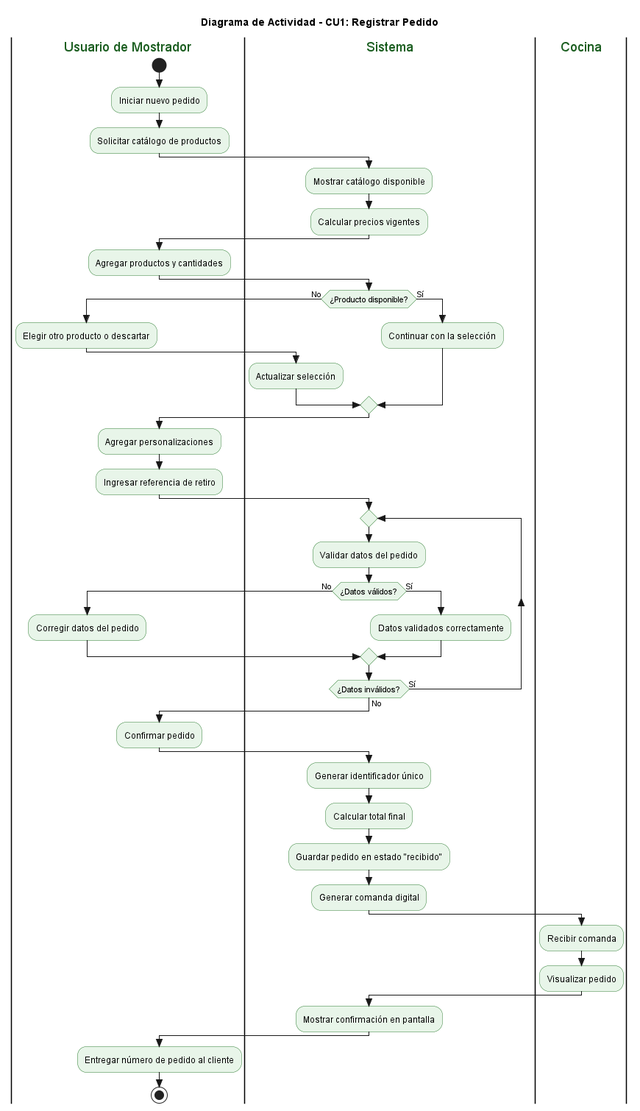
The PlantUML diagram diagramas/04-diagramas-actividades/04-actividad-registrar-pedido-01.png in lucasmengarelli3/SistemaPedidos, before a commit.
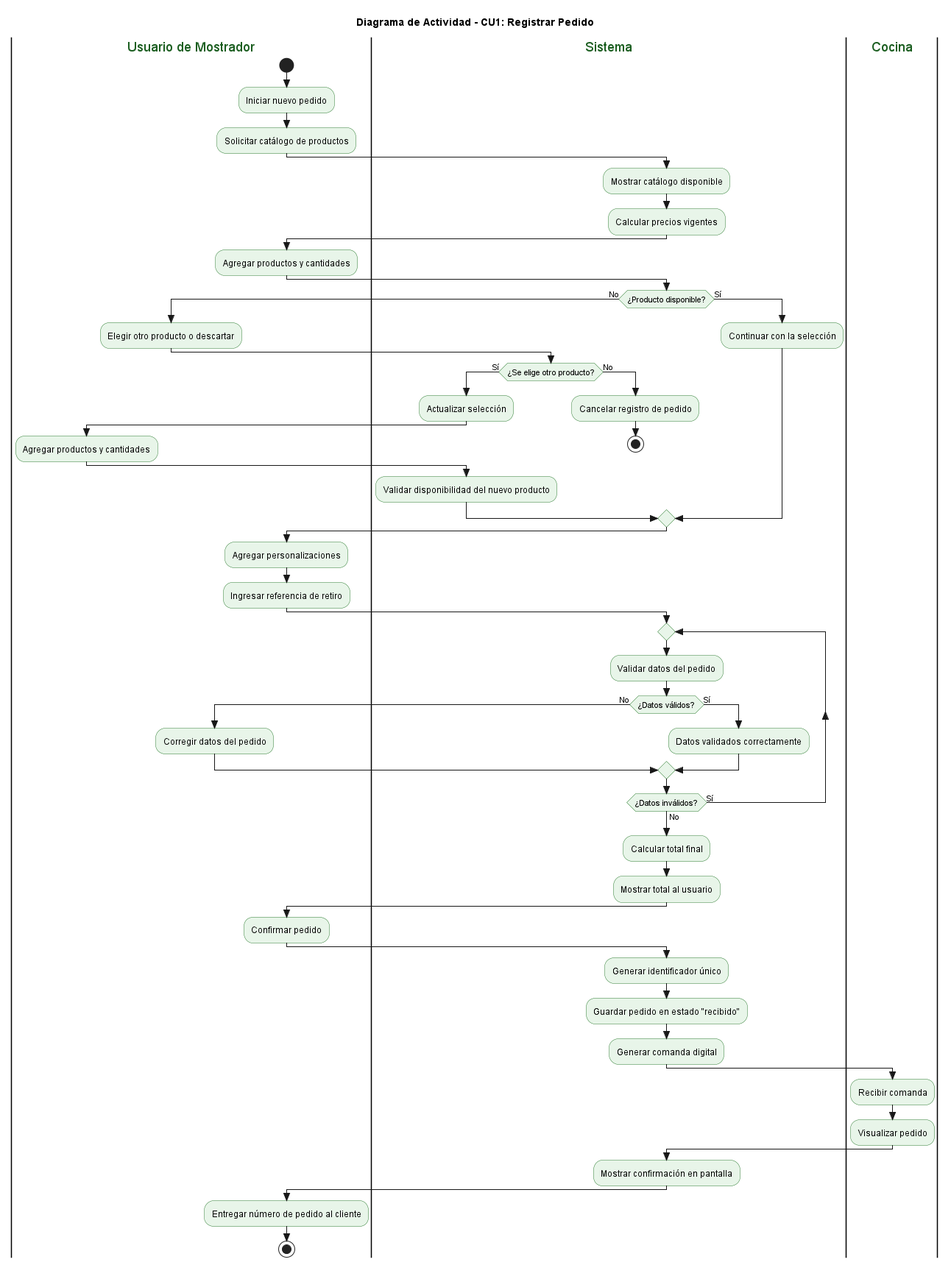
Above is the later version.

Commit message:
fix: corrige changelog, diagramas y doc de IA segun revision final

Diff of the diagram source:
```diff
@@ -23,7 +23,18 @@
   |Usuario de Mostrador|
   :Elegir otro producto o descartar;
   |Sistema|
-  :Actualizar selección;
+  if (¿Se elige otro producto?) then (Sí)
+    |Sistema|
+    :Actualizar selección;
+    |Usuario de Mostrador|
+    :Agregar productos y cantidades;
+    |Sistema|
+    :Validar disponibilidad del nuevo producto;
+  else (No)
+    |Sistema|
+    :Cancelar registro de pedido;
+    stop
+  endif
 else (Sí)
   |Sistema|
   :Continuar con la selección;
@@ -45,12 +56,15 @@
   endif
 repeat while (¿Datos inválidos?) is (Sí) not (No)
 
+|Sistema|
+:Calcular total final;
+:Mostrar total al usuario;
+
 |Usuario de Mostrador|
 :Confirmar pedido;
 
 |Sistema|
 :Generar identificador único;
-:Calcular total final;
 :Guardar pedido en estado "recibido";
 :Generar comanda digital;
 
```
